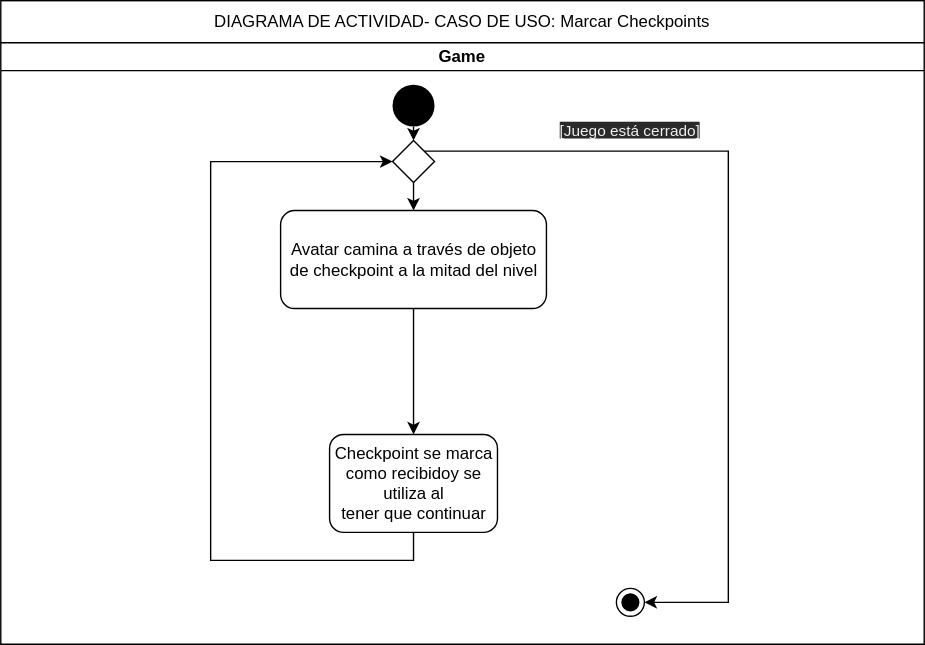
BloqueSoftwareDev/srsdoc keeps this draw.io diagram as diagrams/Activity Diagrams/da_getCheckpoint.drawio.svg. Above is the earlier version. Source tidied: cells renumbered, new cells last; positions are measured from the earlier drawing's top-left corner, leaving out a move shared by most shapes.
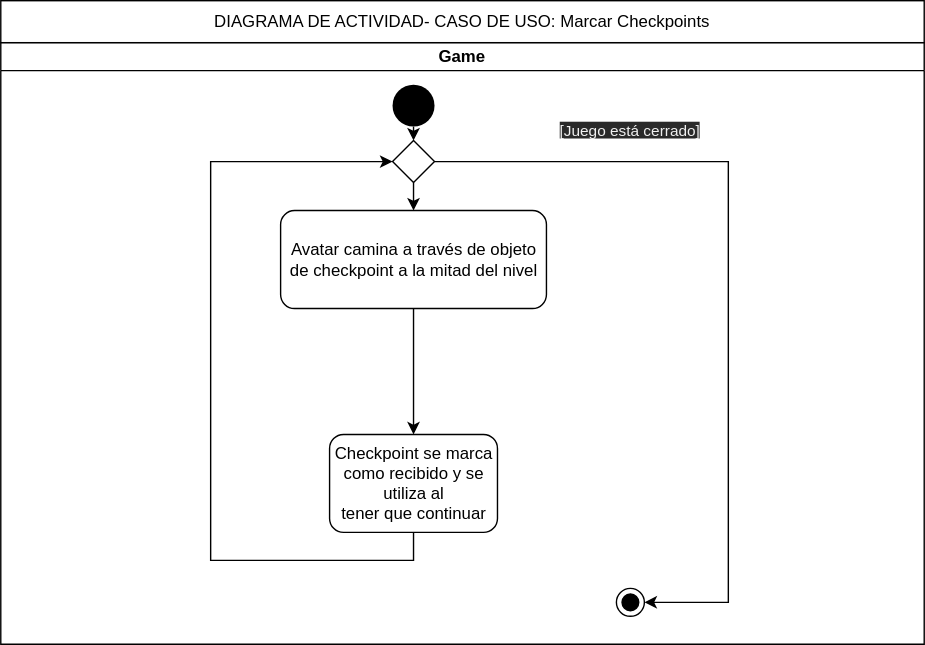
The same file after the commit.

Commit message:
"Added diagrams for business"

Diff of the diagram source:
```diff
@@ -22,10 +22,10 @@
     <mxCell id="7" style="rhombus;" parent="2" vertex="1">
       <mxGeometry x="280" y="70" width="30" height="30" as="geometry" />
     </mxCell>
-    <mxCell id="8" style="edgeStyle=orthogonalEdgeStyle;rounded=0;jettySize=auto;html=1;exitX=1;exitY=0;exitDx=0;exitDy=0;entryX=1;entryY=0.5;entryDx=0;entryDy=0;" parent="2" edge="1" source="7" target="6">
+    <mxCell id="8" style="edgeStyle=orthogonalEdgeStyle;rounded=0;jettySize=auto;html=1;exitX=1;exitY=0.5;exitDx=0;exitDy=0;entryX=1;entryY=0.5;entryDx=0;entryDy=0;" parent="2" edge="1" source="7" target="6">
       <mxGeometry relative="1" as="geometry">
         <Array as="points">
-          <mxPoint x="520" y="78" />
+          <mxPoint x="520" y="85" />
           <mxPoint x="520" y="400" />
         </Array>
       </mxGeometry>
@@ -48,7 +48,7 @@
         </Array>
       </mxGeometry>
     </mxCell>
-    <mxCell id="13" value="Checkpoint se marca &lt;br&gt;como recibidoy se &lt;br&gt;utiliza al &lt;br&gt;tener que continuar" style="html=1;dashed=0;rounded=1;absoluteArcSize=1;arcSize=20;verticalAlign=middle;align=center;" parent="2" vertex="1">
+    <mxCell id="13" value="Checkpoint se marca &lt;br&gt;como recibido y se &lt;br&gt;utiliza al &lt;br&gt;tener que continuar" style="html=1;dashed=0;rounded=1;absoluteArcSize=1;arcSize=20;verticalAlign=middle;align=center;" parent="2" vertex="1">
       <mxGeometry x="235" y="280" width="120" height="70" as="geometry" />
     </mxCell>
     <mxCell id="14" style="edgeStyle=orthogonalEdgeStyle;rounded=0;orthogonalLoop=1;jettySize=auto;html=1;exitX=0;exitY=0.5;exitDx=0;exitDy=0;" parent="1" edge="1">
```
